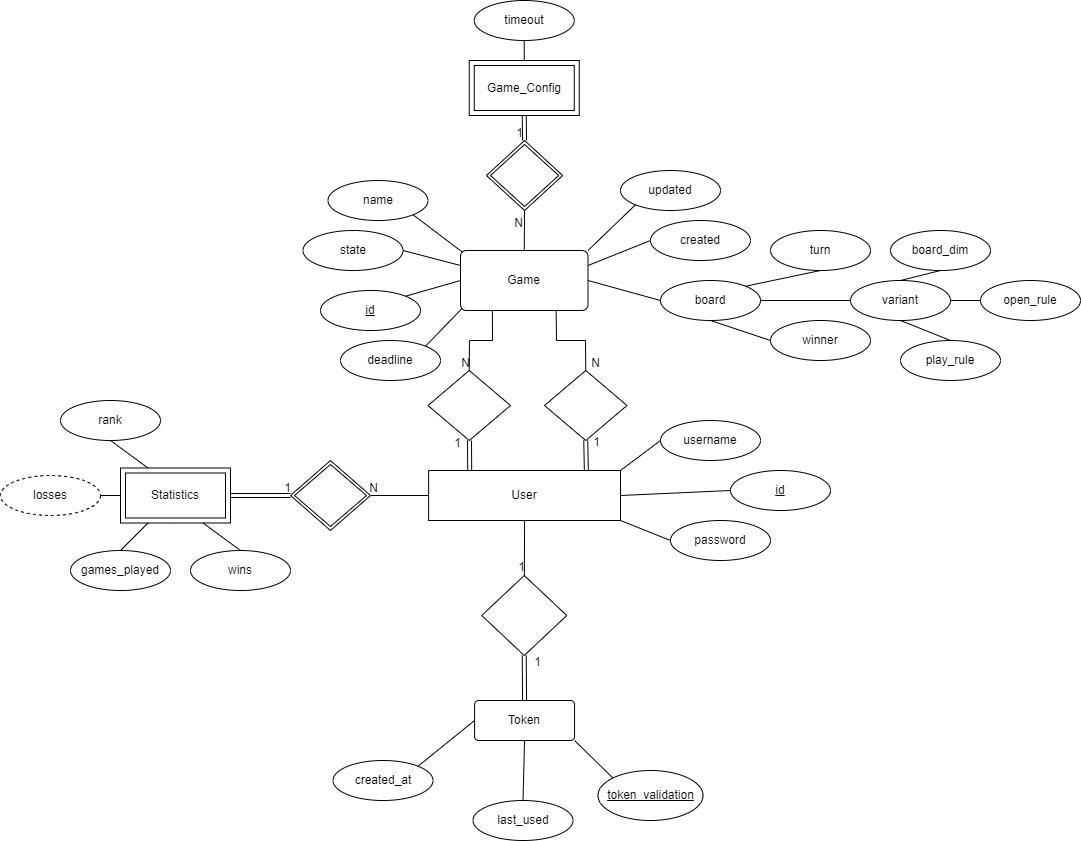
Earlier version of the draw.io export docs/diagrams/gomoku-er-diagram.png (Gongamax/Gomoku-Web). Source tidied: cells renumbered, new cells last; positions are measured from the earlier drawing's top-left corner, leaving out a move shared by most shapes.
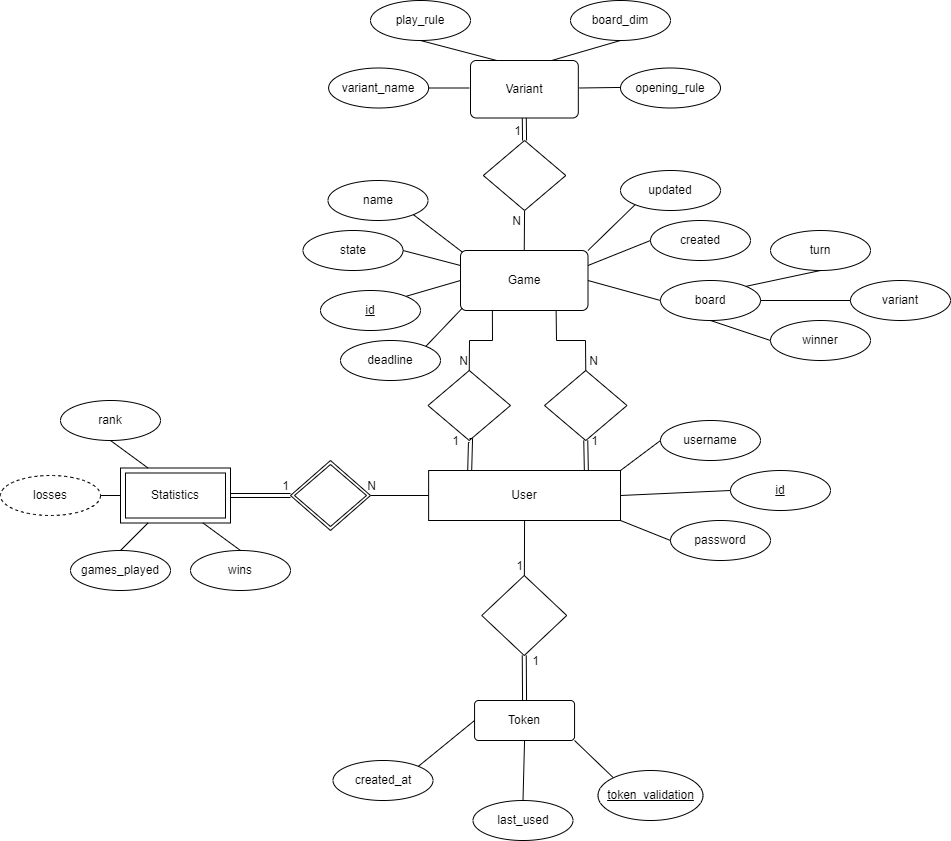
Above is the later version.

Commit message:
Fixed error on database schema. Variant now correctly stored.

Change to the diagram source:
```diff
@@ -196,45 +196,43 @@
     <mxCell id="58" style="endArrow=none;html=1;rounded=0;entryX=0;entryY=0.5;entryDx=0;entryDy=0;exitX=1;exitY=0.5;exitDx=0;exitDy=0;" parent="1" edge="1" source="53" target="51">
       <mxGeometry relative="1" as="geometry" />
     </mxCell>
-    <mxCell id="59" value="Game_Config" style="shape=ext;margin=3;double=1;whiteSpace=wrap;html=1;align=center;" parent="1" vertex="1">
-      <mxGeometry x="468.8" y="60" width="110" height="55" as="geometry" />
-    </mxCell>
     <mxCell id="60" value="wins" style="ellipse;whiteSpace=wrap;html=1;align=center;" parent="1" vertex="1">
       <mxGeometry x="190" y="550" width="100" height="40" as="geometry" />
     </mxCell>
     <mxCell id="61" style="endArrow=none;html=1;rounded=0;entryX=0.75;entryY=1;entryDx=0;entryDy=0;exitX=0.5;exitY=0;exitDx=0;exitDy=0;" parent="1" edge="1" source="60" target="51">
       <mxGeometry relative="1" as="geometry" />
     </mxCell>
-    <mxCell id="62" style="shape=rhombus;double=1;perimeter=rhombusPerimeter;whiteSpace=wrap;html=1;align=center;" parent="1" vertex="1">
-      <mxGeometry x="485.9" y="140" width="76.2" height="70" as="geometry" />
-    </mxCell>
     <mxCell id="63" style="shape=link;html=1;rounded=0;entryX=0;entryY=0.5;entryDx=0;entryDy=0;exitX=1;exitY=0.5;exitDx=0;exitDy=0;" parent="1" edge="1" source="51" target="52">
       <mxGeometry relative="1" as="geometry" />
     </mxCell>
     <mxCell id="64" value="1" style="html=1;align=right;verticalAlign=bottom;" parent="63" vertex="1">
       <mxGeometry x="1" relative="1" as="geometry" />
     </mxCell>
-    <mxCell id="65" style="shape=link;html=1;rounded=0;entryX=0.5;entryY=0;entryDx=0;entryDy=0;exitX=0.5;exitY=1;exitDx=0;exitDy=0;" parent="1" edge="1" source="59" target="62">
-      <mxGeometry relative="1" as="geometry" />
+    <mxCell id="65" style="shape=link;html=1;rounded=0;entryX=0.5;entryY=0;entryDx=0;entryDy=0;exitX=0.5;exitY=1;exitDx=0;exitDy=0;" parent="1" edge="1">
+      <mxGeometry relative="1" as="geometry">
+        <mxPoint x="523.8" y="115" as="sourcePoint" />
+        <mxPoint x="524.1" y="140" as="targetPoint" />
+      </mxGeometry>
     </mxCell>
     <mxCell id="66" value="1" style="html=1;align=right;verticalAlign=bottom;" parent="65" vertex="1">
       <mxGeometry x="1" relative="1" as="geometry">
         <mxPoint x="-2" as="offset" />
       </mxGeometry>
     </mxCell>
-    <mxCell id="67" style="endArrow=none;html=1;rounded=0;exitX=0.5;exitY=0;exitDx=0;exitDy=0;entryX=0.5;entryY=1;entryDx=0;entryDy=0;" parent="1" edge="1" source="2" target="62">
-      <mxGeometry relative="1" as="geometry" />
+    <mxCell id="67" style="endArrow=none;html=1;rounded=0;exitX=0.5;exitY=0;exitDx=0;exitDy=0;entryX=0.5;entryY=1;entryDx=0;entryDy=0;" parent="1" edge="1" source="2">
+      <mxGeometry relative="1" as="geometry">
+        <mxPoint x="524.1" y="210" as="targetPoint" />
+      </mxGeometry>
     </mxCell>
     <mxCell id="68" value="N" style="html=1;align=right;verticalAlign=bottom;" parent="67" vertex="1">
       <mxGeometry x="1" relative="1" as="geometry">
         <mxPoint x="-2" y="20" as="offset" />
       </mxGeometry>
     </mxCell>
-    <mxCell id="69" value="timeout" style="ellipse;whiteSpace=wrap;html=1;align=center;" parent="1" vertex="1">
-      <mxGeometry x="473.8" width="100" height="40" as="geometry" />
-    </mxCell>
-    <mxCell id="70" style="endArrow=none;html=1;rounded=0;entryX=0.5;entryY=0;entryDx=0;entryDy=0;exitX=0.5;exitY=1;exitDx=0;exitDy=0;" parent="1" edge="1" source="69" target="59">
-      <mxGeometry relative="1" as="geometry" />
+    <mxCell id="70" style="endArrow=none;html=1;rounded=0;entryX=0.75;entryY=0;entryDx=0;entryDy=0;exitX=0.5;exitY=1;exitDx=0;exitDy=0;" parent="1" edge="1" source="75">
+      <mxGeometry relative="1" as="geometry">
+        <mxPoint x="551.2" y="60" as="targetPoint" />
+      </mxGeometry>
     </mxCell>
     <mxCell id="71" value="N" style="html=1;align=right;verticalAlign=bottom;" parent="1" vertex="1">
       <mxGeometry x="468.8" y="370" as="geometry" />
@@ -245,23 +243,38 @@
     <mxCell id="73" style="endArrow=none;html=1;rounded=0;entryX=1;entryY=0.5;entryDx=0;entryDy=0;exitX=0;exitY=0.5;exitDx=0;exitDy=0;" parent="1" edge="1" source="72" target="27">
       <mxGeometry relative="1" as="geometry" />
     </mxCell>
-    <mxCell id="74" style="endArrow=none;html=1;rounded=0;exitX=0.5;exitY=0;exitDx=0;exitDy=0;entryX=0.5;entryY=1;entryDx=0;entryDy=0;" parent="1" edge="1" source="72" target="75">
-      <mxGeometry relative="1" as="geometry" />
-    </mxCell>
-    <mxCell id="75" value="board_dim" style="ellipse;whiteSpace=wrap;html=1;align=center;" parent="1" vertex="1">
-      <mxGeometry x="890" y="230" width="100" height="40" as="geometry" />
-    </mxCell>
-    <mxCell id="76" style="endArrow=none;html=1;rounded=0;exitX=1;exitY=0.5;exitDx=0;exitDy=0;" parent="1" edge="1" source="72" target="77">
-      <mxGeometry relative="1" as="geometry" />
+    <mxCell id="76" style="endArrow=none;html=1;rounded=0;exitX=1;exitY=0.5;exitDx=0;exitDy=0;" parent="1" edge="1" target="77">
+      <mxGeometry relative="1" as="geometry">
+        <mxPoint x="578.8" y="87.5" as="sourcePoint" />
+      </mxGeometry>
     </mxCell>
-    <mxCell id="77" value="open_rule" style="ellipse;whiteSpace=wrap;html=1;align=center;" parent="1" vertex="1">
-      <mxGeometry x="980" y="280" width="100" height="40" as="geometry" />
+    <mxCell id="77" value="opening_rule" style="ellipse;whiteSpace=wrap;html=1;align=center;" parent="1" vertex="1">
+      <mxGeometry x="620" y="67.5" width="100" height="40" as="geometry" />
     </mxCell>
     <mxCell id="78" value="play_rule" style="ellipse;whiteSpace=wrap;html=1;align=center;" parent="1" vertex="1">
-      <mxGeometry x="900" y="340" width="100" height="40" as="geometry" />
+      <mxGeometry x="370" width="100" height="40" as="geometry" />
     </mxCell>
-    <mxCell id="79" style="endArrow=none;html=1;rounded=0;entryX=0.5;entryY=1;entryDx=0;entryDy=0;exitX=0.5;exitY=0;exitDx=0;exitDy=0;" parent="1" edge="1" source="78" target="72">
-      <mxGeometry relative="1" as="geometry" />
+    <mxCell id="79" style="endArrow=none;html=1;rounded=0;entryX=0.25;entryY=0;entryDx=0;entryDy=0;exitX=0.5;exitY=1;exitDx=0;exitDy=0;" parent="1" edge="1" source="78">
+      <mxGeometry relative="1" as="geometry">
+        <mxPoint x="496.2" y="60" as="targetPoint" />
+      </mxGeometry>
     </mxCell>
+    <mxCell id="75" value="board_dim" style="ellipse;whiteSpace=wrap;html=1;align=center;" parent="1" vertex="1">
+      <mxGeometry x="570" width="100" height="40" as="geometry" />
+    </mxCell>
+    <mxCell id="80" value="variant_name" style="ellipse;whiteSpace=wrap;html=1;align=center;" parent="1" vertex="1">
+      <mxGeometry x="328.1" y="67.5" width="100" height="40" as="geometry" />
+    </mxCell>
+    <mxCell id="81" style="endArrow=none;html=1;rounded=0;entryX=0;entryY=0.5;entryDx=0;entryDy=0;exitX=1;exitY=0.5;exitDx=0;exitDy=0;" parent="1" edge="1" source="80">
+      <mxGeometry relative="1" as="geometry">
+        <mxPoint x="468.8" y="87.5" as="targetPoint" />
+      </mxGeometry>
+    </mxCell>
+    <mxCell id="82" value="Variant" style="rounded=1;arcSize=10;whiteSpace=wrap;html=1;align=center;" parent="1" vertex="1">
+      <mxGeometry x="470" y="60" width="107.8" height="57.5" as="geometry" />
+    </mxCell>
+    <mxCell id="83" style="shape=rhombus;perimeter=rhombusPerimeter;whiteSpace=wrap;html=1;align=center;" parent="1" vertex="1">
+      <mxGeometry x="482.8" y="140" width="82.5" height="70" as="geometry" />
+    </mxCell>
   </root>
 </mxGraphModel>
```
